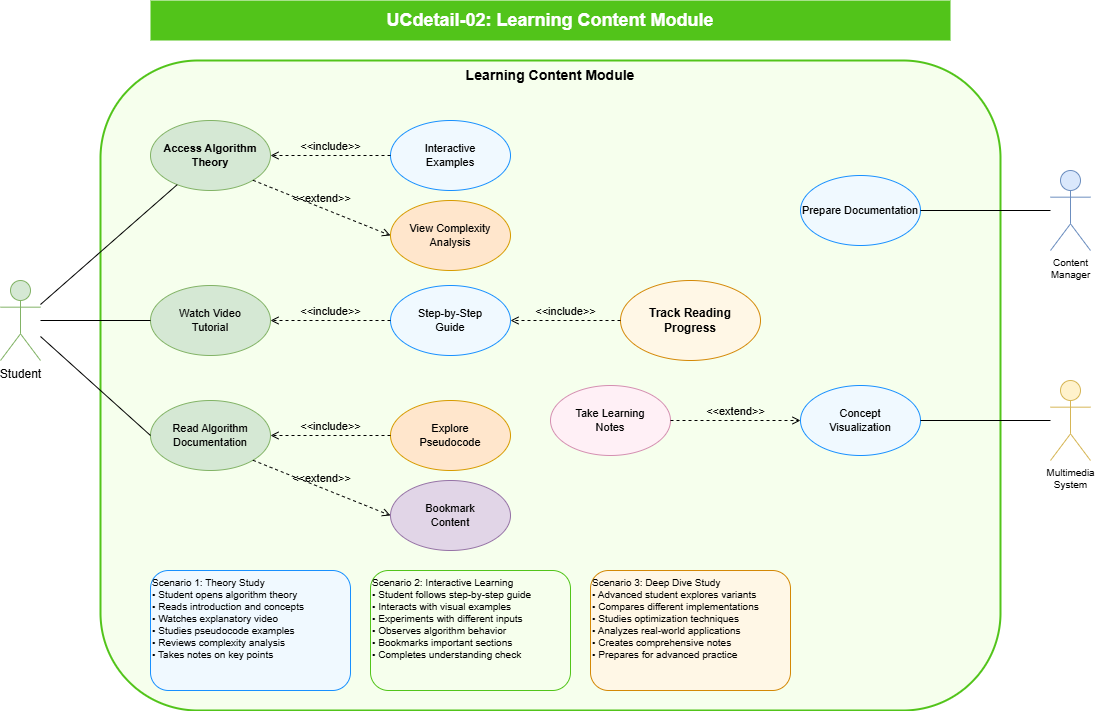
This is dsa-visualizer/academic-project/images/UCdetail-02-learning-content.png from HieNguyen08/dsa-visualizer, a draw.io export, as it was before one commit. Source tidied: cells renumbered, new cells last; positions are measured from the earlier drawing's top-left corner, leaving out a move shared by most shapes. Its diagram source:
```xml
<mxGraphModel>
  <root>
    <mxCell id="0" />
    <mxCell id="1" parent="0" />
    <mxCell id="2" value="UCdetail-02: Learning Content Module" style="text;html=1;align=center;verticalAlign=middle;whiteSpace=wrap;rounded=0;fontSize=18;fontStyle=1;fillColor=#52c41a;fontColor=#ffffff;" parent="1" vertex="1">
      <mxGeometry x="150" width="800" height="40" as="geometry" />
    </mxCell>
    <mxCell id="3" value="Learning Content Module" style="rounded=1;whiteSpace=wrap;html=1;fontSize=14;fontStyle=1;fillColor=#f6ffed;strokeColor=#52c41a;strokeWidth=2;verticalAlign=top;" parent="1" vertex="1">
      <mxGeometry x="100" y="60" width="900" height="650" as="geometry" />
    </mxCell>
    <mxCell id="4" value="Student" style="shape=umlActor;verticalLabelPosition=bottom;verticalAlign=top;html=1;outlineConnect=0;fontSize=12;fillColor=#d5e8d4;strokeColor=#82b366;" parent="1" vertex="1">
      <mxGeometry y="280" width="40" height="80" as="geometry" />
    </mxCell>
    <mxCell id="5" value="Content&#10;Manager" style="shape=umlActor;verticalLabelPosition=bottom;verticalAlign=top;html=1;outlineConnect=0;fontSize=10;fillColor=#dae8fc;strokeColor=#6c8ebf;" parent="1" vertex="1">
      <mxGeometry x="1050" y="170" width="40" height="80" as="geometry" />
    </mxCell>
    <mxCell id="6" value="Multimedia&#10;System" style="shape=umlActor;verticalLabelPosition=bottom;verticalAlign=top;html=1;outlineConnect=0;fontSize=10;fillColor=#fff2cc;strokeColor=#d6b656;" parent="1" vertex="1">
      <mxGeometry x="1050" y="380" width="40" height="80" as="geometry" />
    </mxCell>
    <mxCell id="7" value="Access Algorithm&#10;Theory" style="ellipse;whiteSpace=wrap;html=1;fontSize=11;fillColor=#d5e8d4;strokeColor=#82b366;fontStyle=1;" parent="1" vertex="1">
      <mxGeometry x="150" y="120" width="120" height="70" as="geometry" />
    </mxCell>
    <mxCell id="8" value="Watch Video&#10;Tutorial" style="ellipse;whiteSpace=wrap;html=1;fontSize=11;fillColor=#d5e8d4;strokeColor=#82b366;" parent="1" vertex="1">
      <mxGeometry x="150" y="285" width="120" height="70" as="geometry" />
    </mxCell>
    <mxCell id="9" value="Read Algorithm&#10;Documentation" style="ellipse;whiteSpace=wrap;html=1;fontSize=11;fillColor=#d5e8d4;strokeColor=#82b366;" parent="1" vertex="1">
      <mxGeometry x="150" y="400" width="120" height="70" as="geometry" />
    </mxCell>
    <mxCell id="10" value="Explore&#10;Pseudocode" style="ellipse;whiteSpace=wrap;html=1;fontSize=11;fillColor=#ffe6cc;strokeColor=#d79b00;" parent="1" vertex="1">
      <mxGeometry x="390" y="400" width="120" height="70" as="geometry" />
    </mxCell>
    <mxCell id="11" value="View Complexity&#10;Analysis" style="ellipse;whiteSpace=wrap;html=1;fontSize=11;fillColor=#ffe6cc;strokeColor=#d79b00;" parent="1" vertex="1">
      <mxGeometry x="390" y="200" width="120" height="70" as="geometry" />
    </mxCell>
    <mxCell id="12" value="Interactive&#10;Examples" style="ellipse;whiteSpace=wrap;html=1;fontSize=11;fillColor=#f0f9ff;strokeColor=#1890ff;" parent="1" vertex="1">
      <mxGeometry x="390" y="120" width="120" height="70" as="geometry" />
    </mxCell>
    <mxCell id="13" value="Step-by-Step&#10;Guide" style="ellipse;whiteSpace=wrap;html=1;fontSize=11;fillColor=#f0f9ff;strokeColor=#1890ff;" parent="1" vertex="1">
      <mxGeometry x="390" y="285" width="120" height="70" as="geometry" />
    </mxCell>
    <mxCell id="14" value="Concept&#10;Visualization" style="ellipse;whiteSpace=wrap;html=1;fontSize=11;fillColor=#f0f9ff;strokeColor=#1890ff;" parent="1" vertex="1">
      <mxGeometry x="800" y="385" width="120" height="70" as="geometry" />
    </mxCell>
    <mxCell id="15" value="Bookmark&#10;Content" style="ellipse;whiteSpace=wrap;html=1;fontSize=11;fillColor=#e1d5e7;strokeColor=#9673a6;" parent="1" vertex="1">
      <mxGeometry x="390" y="480" width="120" height="70" as="geometry" />
    </mxCell>
    <mxCell id="16" value="Track Reading&#10;Progress" style="ellipse;whiteSpace=wrap;html=1;fontSize=12;fillColor=#fff7e6;strokeColor=#d48806;fontStyle=1;" parent="1" vertex="1">
      <mxGeometry x="620" y="280" width="140" height="80" as="geometry" />
    </mxCell>
    <mxCell id="17" value="Take Learning&#10;Notes" style="ellipse;whiteSpace=wrap;html=1;fontSize=11;fillColor=#fff0f6;strokeColor=#d48fb1;" parent="1" vertex="1">
      <mxGeometry x="550" y="385" width="120" height="70" as="geometry" />
    </mxCell>
    <mxCell id="18" value="Scenario 1: Theory Study&#10;• Student opens algorithm theory&#10;• Reads introduction and concepts&#10;• Watches explanatory video&#10;• Studies pseudocode examples&#10;• Reviews complexity analysis&#10;• Takes notes on key points" style="rounded=1;whiteSpace=wrap;html=1;fontSize=10;align=left;verticalAlign=top;fillColor=#f0f9ff;strokeColor=#1890ff;" parent="1" vertex="1">
      <mxGeometry x="150" y="570" width="200" height="120" as="geometry" />
    </mxCell>
    <mxCell id="19" value="Scenario 2: Interactive Learning&#10;• Student follows step-by-step guide&#10;• Interacts with visual examples&#10;• Experiments with different inputs&#10;• Observes algorithm behavior&#10;• Bookmarks important sections&#10;• Completes understanding check" style="rounded=1;whiteSpace=wrap;html=1;fontSize=10;align=left;verticalAlign=top;fillColor=#f6ffed;strokeColor=#52c41a;" parent="1" vertex="1">
      <mxGeometry x="370" y="570" width="200" height="120" as="geometry" />
    </mxCell>
    <mxCell id="20" value="Scenario 3: Deep Dive Study&#10;• Advanced student explores variants&#10;• Compares different implementations&#10;• Studies optimization techniques&#10;• Analyzes real-world applications&#10;• Creates comprehensive notes&#10;• Prepares for advanced practice" style="rounded=1;whiteSpace=wrap;html=1;fontSize=10;align=left;verticalAlign=top;fillColor=#fff7e6;strokeColor=#d48806;" parent="1" vertex="1">
      <mxGeometry x="590" y="570" width="200" height="120" as="geometry" />
    </mxCell>
    <mxCell id="21" style="endArrow=none;html=1;rounded=0;fontSize=12;startSize=8;endSize=8;exitX=1;exitY=0.3;" parent="1" edge="1" source="4" target="7">
      <mxGeometry relative="1" as="geometry" />
    </mxCell>
    <mxCell id="22" style="endArrow=none;html=1;rounded=0;fontSize=12;startSize=8;endSize=8;exitX=1;exitY=0.5;" parent="1" edge="1" source="4" target="8">
      <mxGeometry relative="1" as="geometry" />
    </mxCell>
    <mxCell id="23" style="endArrow=none;html=1;rounded=0;fontSize=12;startSize=8;endSize=8;exitX=1;exitY=0.7;entryX=0;entryY=0.5;entryDx=0;entryDy=0;" parent="1" edge="1" source="4" target="9">
      <mxGeometry relative="1" as="geometry" />
    </mxCell>
    <mxCell id="24" style="endArrow=none;html=1;rounded=0;fontSize=12;startSize=8;endSize=8;" parent="1" edge="1" source="6" target="14">
      <mxGeometry relative="1" as="geometry" />
    </mxCell>
    <mxCell id="25" value="&amp;lt;&amp;lt;extend&amp;gt;&amp;gt;" style="html=1;verticalAlign=bottom;labelBackgroundColor=none;endArrow=open;endFill=0;dashed=1;exitX=1;exitY=0.5;exitDx=0;exitDy=0;entryX=0;entryY=0.5;entryDx=0;entryDy=0;" parent="1" edge="1" source="17" target="14">
      <mxGeometry relative="1" as="geometry" />
    </mxCell>
    <mxCell id="26" value="&amp;lt;&amp;lt;include&amp;gt;&amp;gt;" style="html=1;verticalAlign=bottom;labelBackgroundColor=none;endArrow=open;endFill=0;dashed=1;entryX=1;entryY=0.5;entryDx=0;entryDy=0;exitX=0;exitY=0.5;exitDx=0;exitDy=0;" parent="1" edge="1" source="12" target="7">
      <mxGeometry relative="1" as="geometry" />
    </mxCell>
    <mxCell id="27" value="&amp;lt;&amp;lt;include&amp;gt;&amp;gt;" style="html=1;verticalAlign=bottom;labelBackgroundColor=none;endArrow=open;endFill=0;dashed=1;entryX=1;entryY=0.5;entryDx=0;entryDy=0;exitX=0;exitY=0.5;exitDx=0;exitDy=0;" parent="1" edge="1" source="13" target="8">
      <mxGeometry relative="1" as="geometry" />
    </mxCell>
    <mxCell id="28" value="&amp;lt;&amp;lt;include&amp;gt;&amp;gt;" style="html=1;verticalAlign=bottom;labelBackgroundColor=none;endArrow=open;endFill=0;dashed=1;entryX=1;entryY=0.5;entryDx=0;entryDy=0;exitX=0;exitY=0.5;exitDx=0;exitDy=0;" parent="1" edge="1" source="10" target="9">
      <mxGeometry relative="1" as="geometry" />
    </mxCell>
    <mxCell id="29" value="&amp;lt;&amp;lt;include&amp;gt;&amp;gt;" style="html=1;verticalAlign=bottom;labelBackgroundColor=none;endArrow=open;endFill=0;dashed=1;entryX=1;entryY=0.5;entryDx=0;entryDy=0;exitX=0;exitY=0.5;exitDx=0;exitDy=0;" parent="1" edge="1" source="16" target="13">
      <mxGeometry relative="1" as="geometry" />
    </mxCell>
    <mxCell id="30" value="&amp;lt;&amp;lt;extend&amp;gt;&amp;gt;" style="html=1;verticalAlign=bottom;labelBackgroundColor=none;endArrow=open;endFill=0;dashed=1;entryX=0;entryY=0.5;entryDx=0;entryDy=0;exitX=1;exitY=1;exitDx=0;exitDy=0;" parent="1" edge="1" source="9" target="15">
      <mxGeometry relative="1" as="geometry" />
    </mxCell>
    <mxCell id="31" value="&amp;lt;&amp;lt;extend&amp;gt;&amp;gt;" style="html=1;verticalAlign=bottom;labelBackgroundColor=none;endArrow=open;endFill=0;dashed=1;entryX=0;entryY=0.5;entryDx=0;entryDy=0;exitX=1;exitY=1;exitDx=0;exitDy=0;" parent="1" edge="1" source="7" target="11">
      <mxGeometry relative="1" as="geometry" />
    </mxCell>
    <mxCell id="32" value="Prepare Documentation" style="ellipse;whiteSpace=wrap;html=1;fontSize=11;fillColor=#f0f9ff;strokeColor=#1890ff;" parent="1" vertex="1">
      <mxGeometry x="800" y="175" width="120" height="70" as="geometry" />
    </mxCell>
    <mxCell id="33" style="endArrow=none;html=1;rounded=0;fontSize=12;startSize=8;endSize=8;entryX=1;entryY=0.5;entryDx=0;entryDy=0;" parent="1" edge="1" source="5" target="32">
      <mxGeometry relative="1" as="geometry" />
    </mxCell>
  </root>
</mxGraphModel>
```
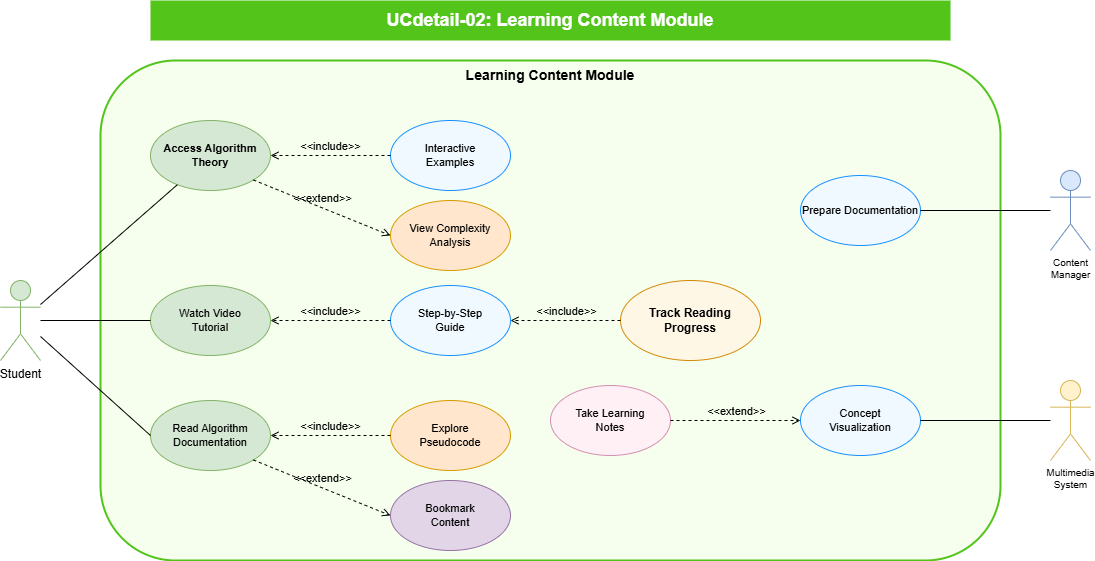
After the commit.

Change to the diagram source:
```diff
@@ -6,7 +6,7 @@
       <mxGeometry x="150" width="800" height="40" as="geometry" />
     </mxCell>
     <mxCell id="3" value="Learning Content Module" style="rounded=1;whiteSpace=wrap;html=1;fontSize=14;fontStyle=1;fillColor=#f6ffed;strokeColor=#52c41a;strokeWidth=2;verticalAlign=top;" parent="1" vertex="1">
-      <mxGeometry x="100" y="60" width="900" height="650" as="geometry" />
+      <mxGeometry x="100" y="60" width="900" height="500" as="geometry" />
     </mxCell>
     <mxCell id="4" value="Student" style="shape=umlActor;verticalLabelPosition=bottom;verticalAlign=top;html=1;outlineConnect=0;fontSize=12;fillColor=#d5e8d4;strokeColor=#82b366;" parent="1" vertex="1">
       <mxGeometry y="280" width="40" height="80" as="geometry" />
@@ -50,15 +50,6 @@
     <mxCell id="17" value="Take Learning&#10;Notes" style="ellipse;whiteSpace=wrap;html=1;fontSize=11;fillColor=#fff0f6;strokeColor=#d48fb1;" parent="1" vertex="1">
       <mxGeometry x="550" y="385" width="120" height="70" as="geometry" />
     </mxCell>
-    <mxCell id="18" value="Scenario 1: Theory Study&#10;• Student opens algorithm theory&#10;• Reads introduction and concepts&#10;• Watches explanatory video&#10;• Studies pseudocode examples&#10;• Reviews complexity analysis&#10;• Takes notes on key points" style="rounded=1;whiteSpace=wrap;html=1;fontSize=10;align=left;verticalAlign=top;fillColor=#f0f9ff;strokeColor=#1890ff;" parent="1" vertex="1">
-      <mxGeometry x="150" y="570" width="200" height="120" as="geometry" />
-    </mxCell>
-    <mxCell id="19" value="Scenario 2: Interactive Learning&#10;• Student follows step-by-step guide&#10;• Interacts with visual examples&#10;• Experiments with different inputs&#10;• Observes algorithm behavior&#10;• Bookmarks important sections&#10;• Completes understanding check" style="rounded=1;whiteSpace=wrap;html=1;fontSize=10;align=left;verticalAlign=top;fillColor=#f6ffed;strokeColor=#52c41a;" parent="1" vertex="1">
-      <mxGeometry x="370" y="570" width="200" height="120" as="geometry" />
-    </mxCell>
-    <mxCell id="20" value="Scenario 3: Deep Dive Study&#10;• Advanced student explores variants&#10;• Compares different implementations&#10;• Studies optimization techniques&#10;• Analyzes real-world applications&#10;• Creates comprehensive notes&#10;• Prepares for advanced practice" style="rounded=1;whiteSpace=wrap;html=1;fontSize=10;align=left;verticalAlign=top;fillColor=#fff7e6;strokeColor=#d48806;" parent="1" vertex="1">
-      <mxGeometry x="590" y="570" width="200" height="120" as="geometry" />
-    </mxCell>
     <mxCell id="21" style="endArrow=none;html=1;rounded=0;fontSize=12;startSize=8;endSize=8;exitX=1;exitY=0.3;" parent="1" edge="1" source="4" target="7">
       <mxGeometry relative="1" as="geometry" />
     </mxCell>
```
